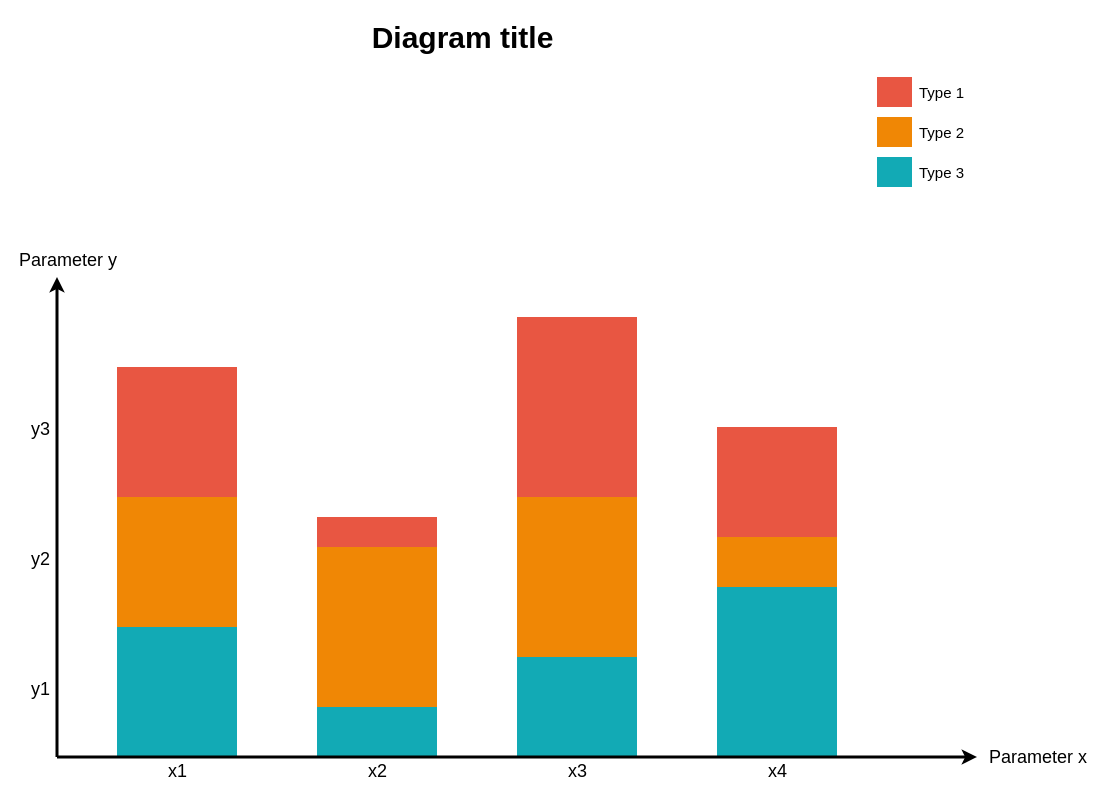
This is pages/未命名绘图.drawio from AbdukeramDolkun/byebye-streamlit, a draw.io file, before an edit. Source tidied: cells renumbered, new cells numbered last; positions are measured from the earlier drawing's top-left corner, leaving out a move shared by most shapes. Both pictures are drawn from the tidied source at 100%, with x=0, y=0 at pixel (17, 16).
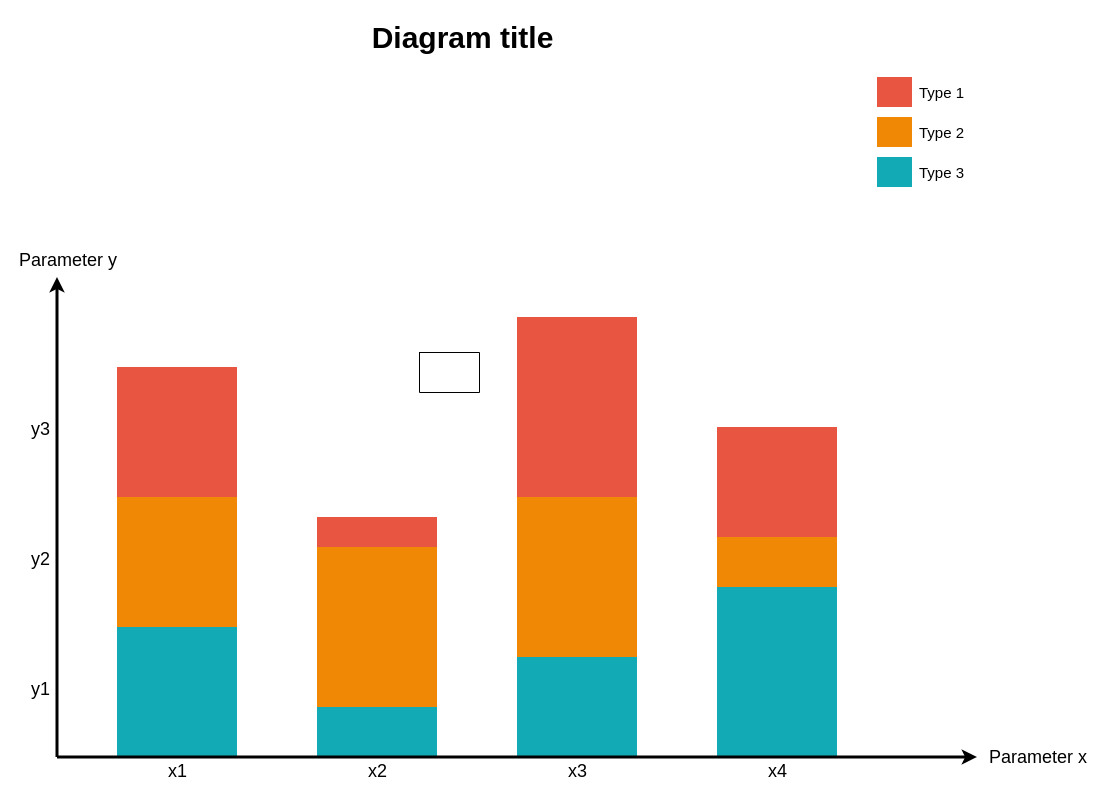
The same page after the edit.

Commit message:
更新未命名绘图.drawio

Diff of the diagram source:
```diff
@@
+    <mxCell id="32" style="shape=table;startSize=0;childLayout=tableLayout;" parent="1" vertex="1">
+      <mxGeometry x="402" y="336" width="60" height="40" as="geometry" />
+    </mxCell>
+    <mxCell id="33" style="shape=tableRow;horizontal=0;startSize=0;swimlaneHead=0;swimlaneBody=0;strokeColor=inherit;top=0;left=0;bottom=0;right=0;fillColor=none;" parent="32" vertex="1">
+      <mxGeometry width="60" height="40" as="geometry" />
+    </mxCell>
+    <mxCell id="34" style="shape=partialRectangle;html=1;whiteSpace=wrap;strokeColor=inherit;overflow=hidden;fillColor=none;top=0;left=0;bottom=0;right=0;" parent="33" vertex="1">
+      <mxGeometry width="60" height="40" as="geometry" />
+    </mxCell>
```
